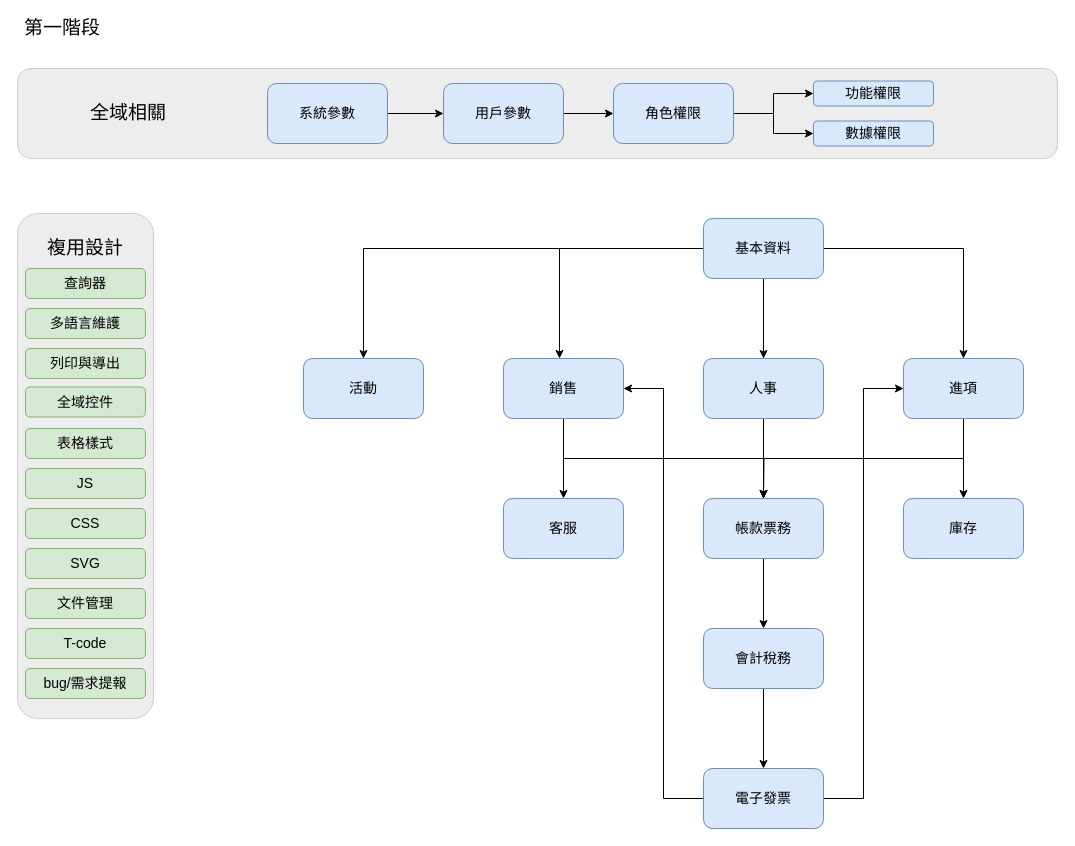
Above: fPlus_topModule.drawio in frglobal/documents (draw.io), before the change. Source tidied: cells renumbered, new cells numbered last; positions are measured from the earlier drawing's top-left corner, leaving out a move shared by most shapes. Both pictures are drawn from the tidied source at 100%, with x=0, y=0 at pixel (17, 18).
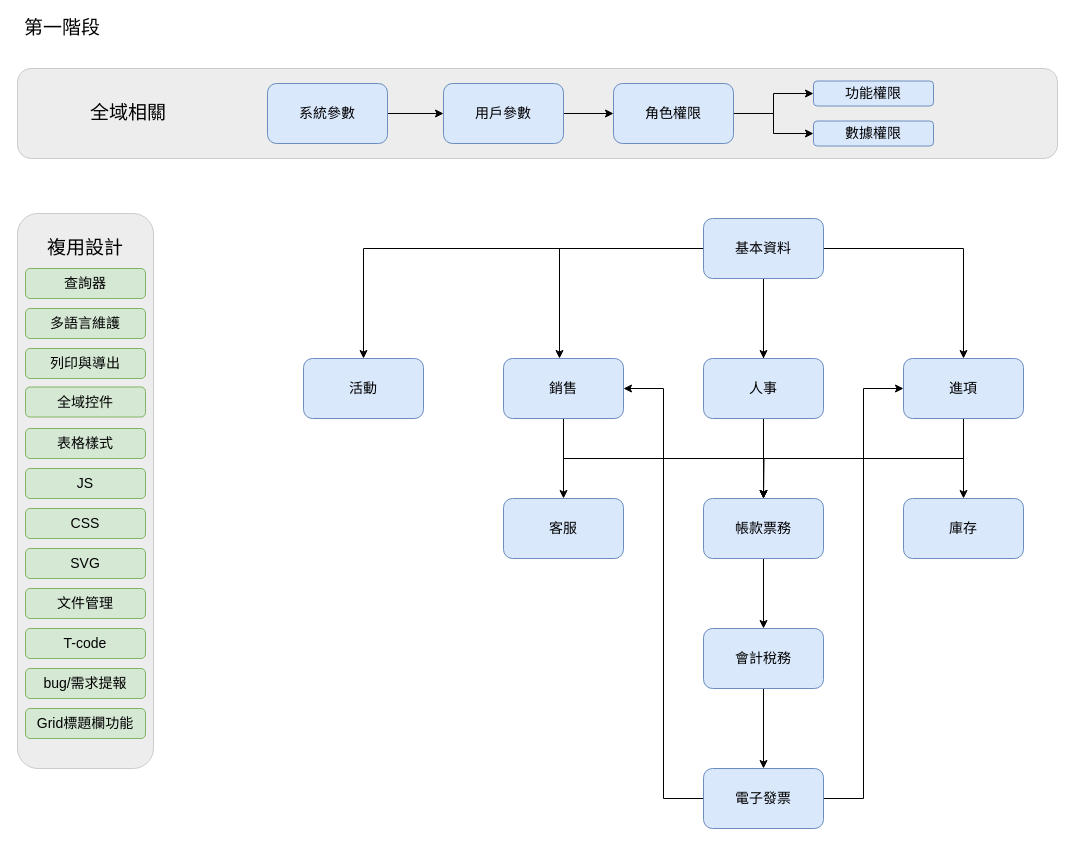
The same diagram, later.

Change to the diagram source:
```diff
@@
     <mxCell id="2" style="rounded=1;whiteSpace=wrap;html=1;labelBackgroundColor=none;strokeColor=#CCCCCC;fillColor=#EDEDED;fontFamily=Noto Sans CJK;" parent="1" vertex="1">
-      <mxGeometry y="195" width="136" height="505" as="geometry" />
+      <mxGeometry y="195" width="136" height="555" as="geometry" />
     </mxCell>
@@
+    <mxCell id="51" value="Grid標題欄功能" style="rounded=1;whiteSpace=wrap;html=1;fillColor=#d5e8d4;strokeColor=#82b366;fontFamily=Noto Sans TC;fontSize=14;" parent="1" vertex="1">
+      <mxGeometry x="8" y="690" width="120" height="30" as="geometry" />
+    </mxCell>
```
